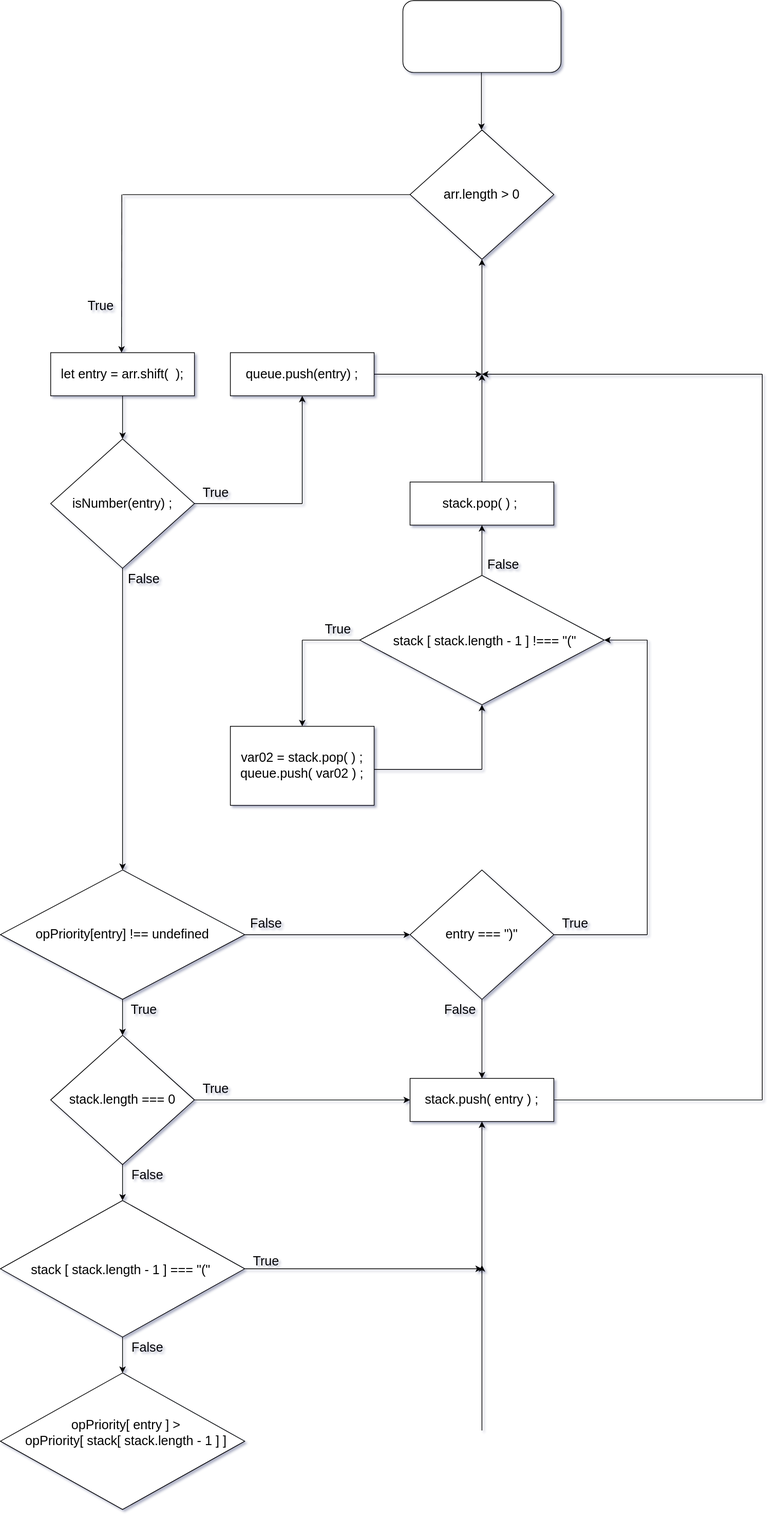
The draw.io diagram Untitled Diagram.drawio.svg in jcgm3205/jcgm3205, before a commit. Source tidied: cells renumbered, new cells last; positions are measured from the earlier drawing's top-left corner, leaving out a move shared by most shapes.
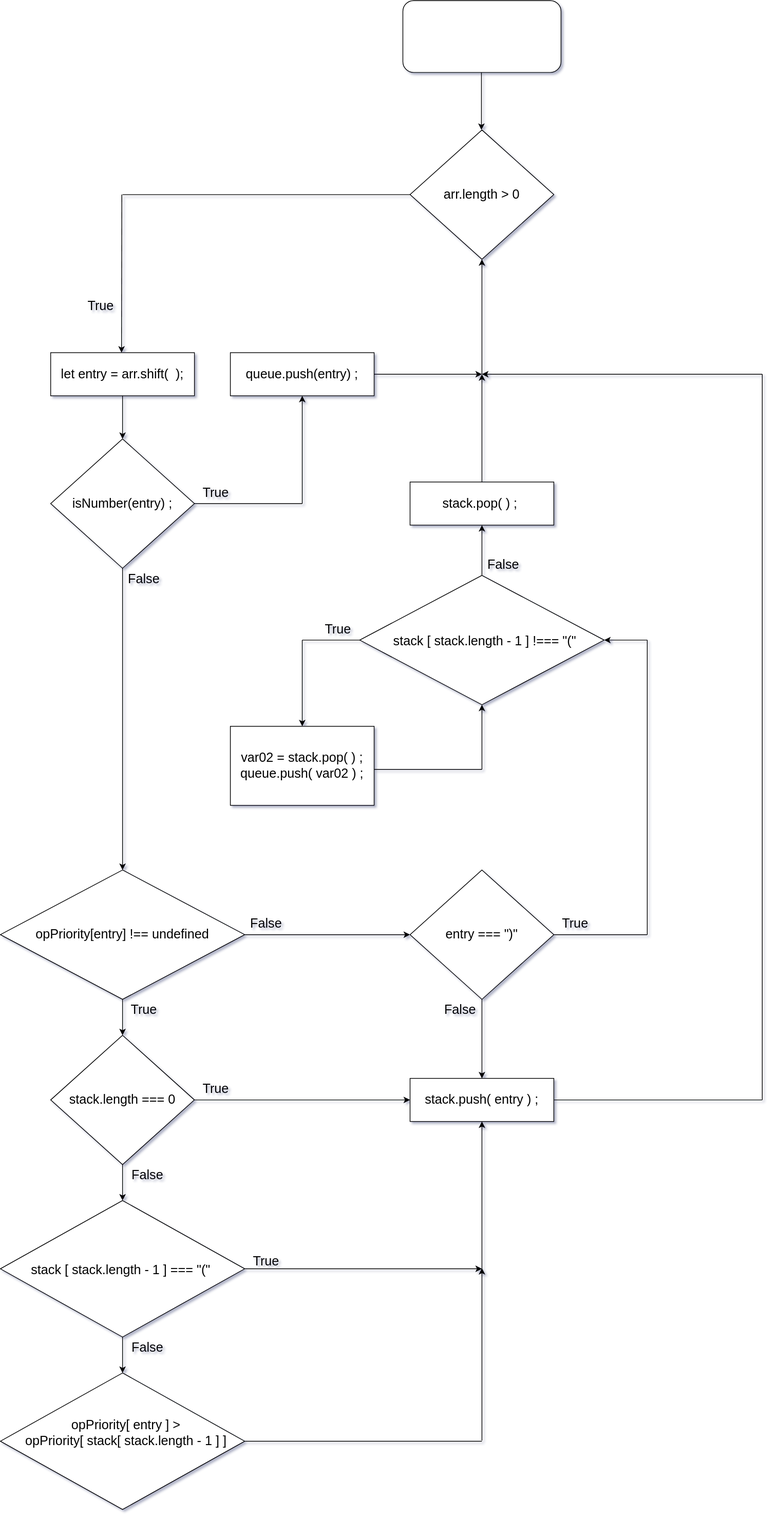
After the commit.

Change to the diagram source:
```diff
@@ -271,8 +271,8 @@
     </mxCell>
     <mxCell id="69" style="endArrow=classic;html=1;rounded=0;fontSize=18;" parent="1" edge="1">
       <mxGeometry relative="1" as="geometry">
-        <mxPoint x="670" y="1990" as="sourcePoint" />
-        <mxPoint x="670" y="1760" as="targetPoint" />
+        <mxPoint x="670" y="2004" as="sourcePoint" />
+        <mxPoint x="670" y="1764" as="targetPoint" />
       </mxGeometry>
     </mxCell>
     <mxCell id="70" style="endArrow=classic;html=1;rounded=0;fontSize=18;exitX=0;exitY=1;exitDx=0;exitDy=0;" parent="1" edge="1">
@@ -281,5 +281,11 @@
         <mxPoint x="670" y="1765" as="targetPoint" />
       </mxGeometry>
     </mxCell>
+    <mxCell id="71" style="endArrow=none;html=1;rounded=0;fontSize=18;exitX=1;exitY=0.5;exitDx=0;exitDy=0;" parent="1" edge="1">
+      <mxGeometry relative="1" as="geometry">
+        <mxPoint x="340" y="2005" as="sourcePoint" />
+        <mxPoint x="670" y="2005" as="targetPoint" />
+      </mxGeometry>
+    </mxCell>
   </root>
 </mxGraphModel>
```
